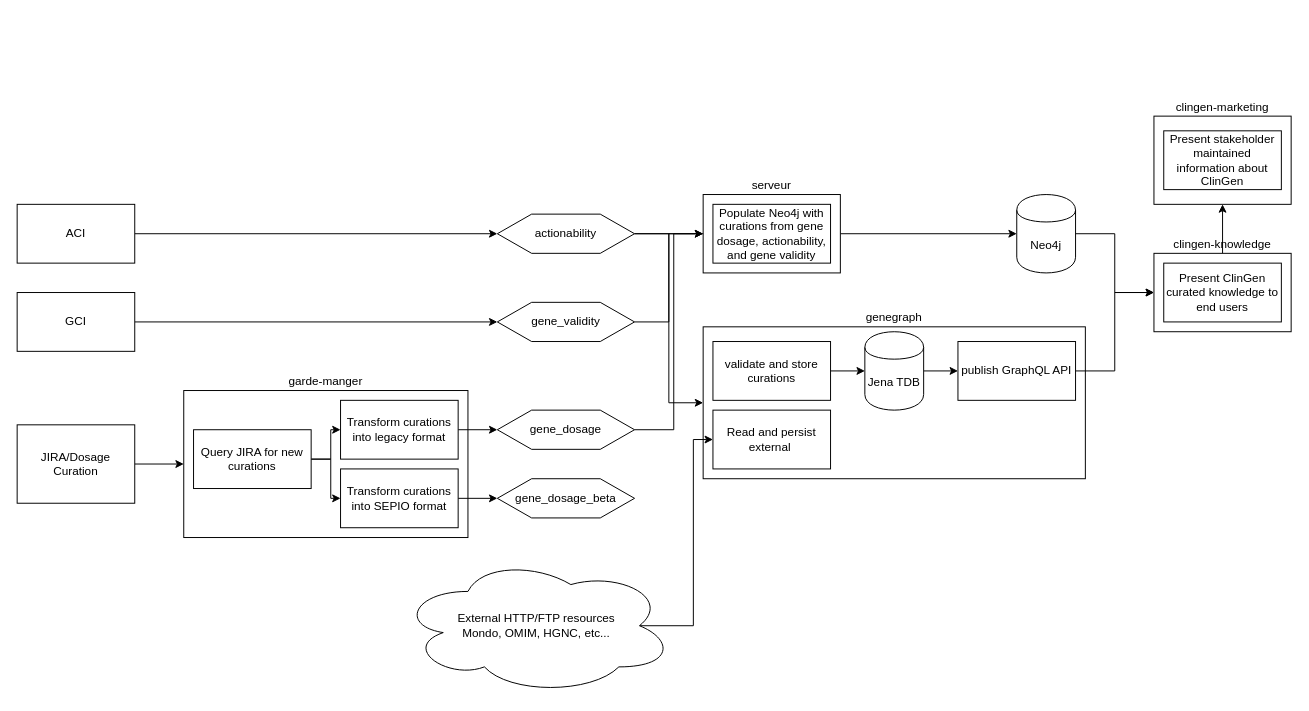
Earlier version of the draw.io diagram page "current" (1 of 2) of B/G ClinGen Architecture.drawio (clingen-data-model/architecture). Source tidied: cells renumbered, new cells numbered last; positions are measured from the earlier drawing's top-left corner, leaving out a move shared by most shapes. Both pictures are drawn from the tidied source at 98%, with x=0, y=0 at pixel (17, 116).
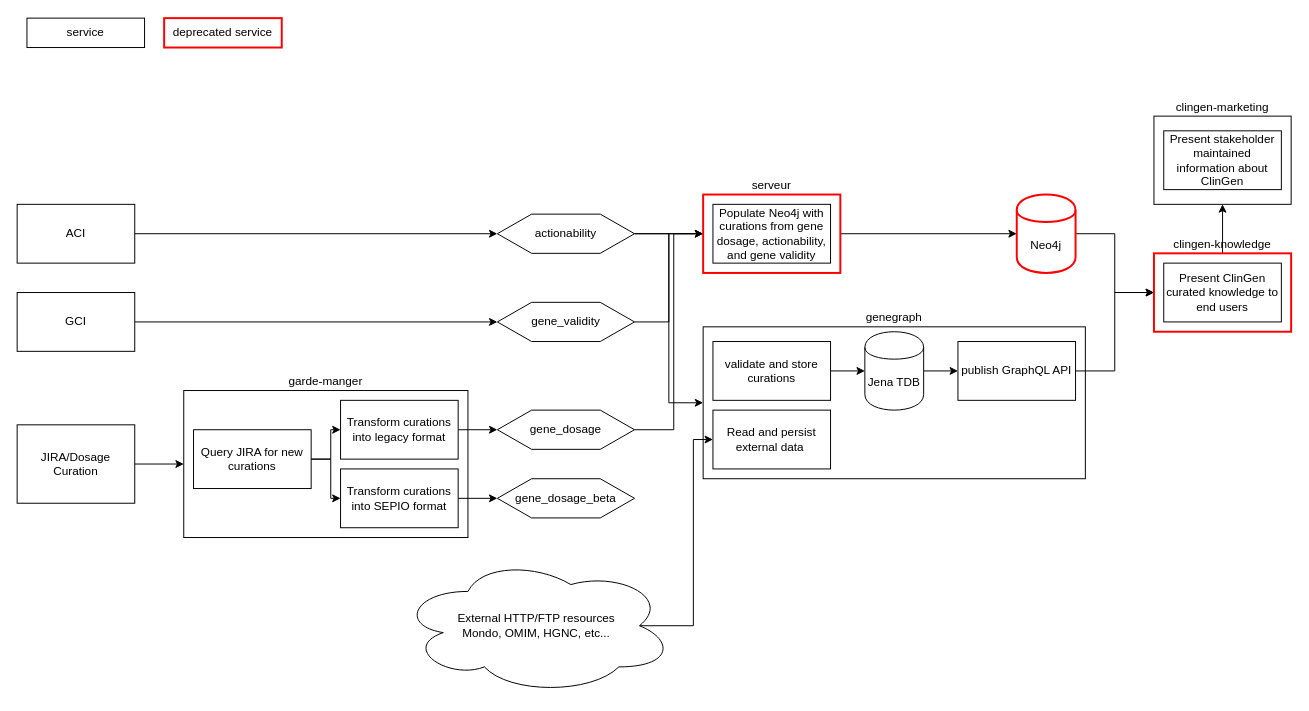
The same diagram, later.

Change to the diagram source:
```diff
@@
-    <mxCell id="26" value="serveur" style="rounded=0;whiteSpace=wrap;html=1;labelPosition=center;verticalLabelPosition=top;align=center;verticalAlign=bottom;" parent="1" vertex="1">
+    <mxCell id="26" value="serveur" style="rounded=0;whiteSpace=wrap;html=1;labelPosition=center;verticalLabelPosition=top;align=center;verticalAlign=bottom;strokeColor=#FF0000;strokeWidth=2;" parent="1" vertex="1">
       <mxGeometry x="700" y="80" width="140" height="80" as="geometry" />
     </mxCell>
@@
-    <mxCell id="32" value="Neo4j" style="shape=cylinder;whiteSpace=wrap;html=1;boundedLbl=1;backgroundOutline=1;" parent="1" vertex="1">
+    <mxCell id="32" value="Neo4j" style="shape=cylinder;whiteSpace=wrap;html=1;boundedLbl=1;backgroundOutline=1;strokeColor=#FF0000;strokeWidth=2;" parent="1" vertex="1">
       <mxGeometry x="1020" y="80" width="60" height="80" as="geometry" />
     </mxCell>
@@
-    <mxCell id="37" value="clingen-knowledge" style="rounded=0;whiteSpace=wrap;html=1;labelPosition=center;verticalLabelPosition=top;align=center;verticalAlign=bottom;" parent="1" vertex="1">
+    <mxCell id="37" value="clingen-knowledge" style="rounded=0;whiteSpace=wrap;html=1;labelPosition=center;verticalLabelPosition=top;align=center;verticalAlign=bottom;strokeColor=#FF0000;strokeWidth=2;" parent="1" vertex="1">
       <mxGeometry x="1160" y="140" width="140" height="80" as="geometry" />
     </mxCell>
@@
-    <mxCell id="43" value="Read and persist external&amp;nbsp;" style="rounded=0;whiteSpace=wrap;html=1;" parent="1" vertex="1">
+    <mxCell id="43" value="Read and persist external data&amp;nbsp;" style="rounded=0;whiteSpace=wrap;html=1;" parent="1" vertex="1">
       <mxGeometry x="710" y="300" width="120" height="60" as="geometry" />
     </mxCell>
@@
+    <mxCell id="46" value="service" style="rounded=0;whiteSpace=wrap;html=1;strokeColor=#000000;strokeWidth=1;fontColor=#000000;" parent="1" vertex="1">
+      <mxGeometry x="10" y="-100" width="120" height="30" as="geometry" />
+    </mxCell>
+    <mxCell id="47" value="deprecated service" style="rounded=0;whiteSpace=wrap;html=1;strokeColor=#FF0000;strokeWidth=2;fontColor=#000000;" parent="1" vertex="1">
+      <mxGeometry x="150" y="-100" width="120" height="30" as="geometry" />
+    </mxCell>
```
